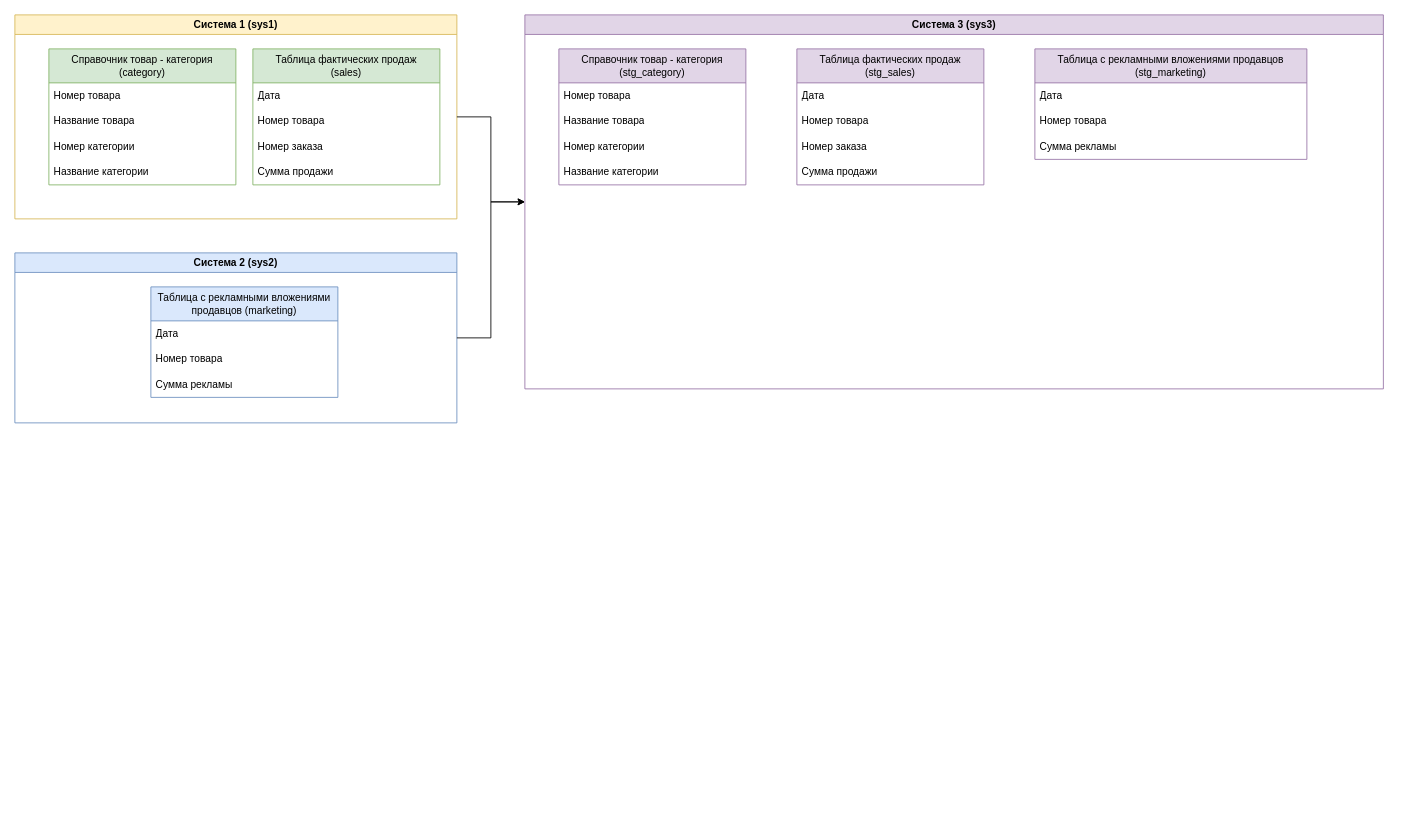
Earlier version of the draw.io diagram page "Data Layers var1" (1 of 3) of schema/ozon.drawio (Odarink/ozon_task_test). Source tidied: cells renumbered, new cells numbered last; positions are measured from the earlier drawing's top-left corner, leaving out a move shared by most shapes. Both pictures are drawn from the tidied source at 85%, with x=0, y=0 at pixel (14, 14).
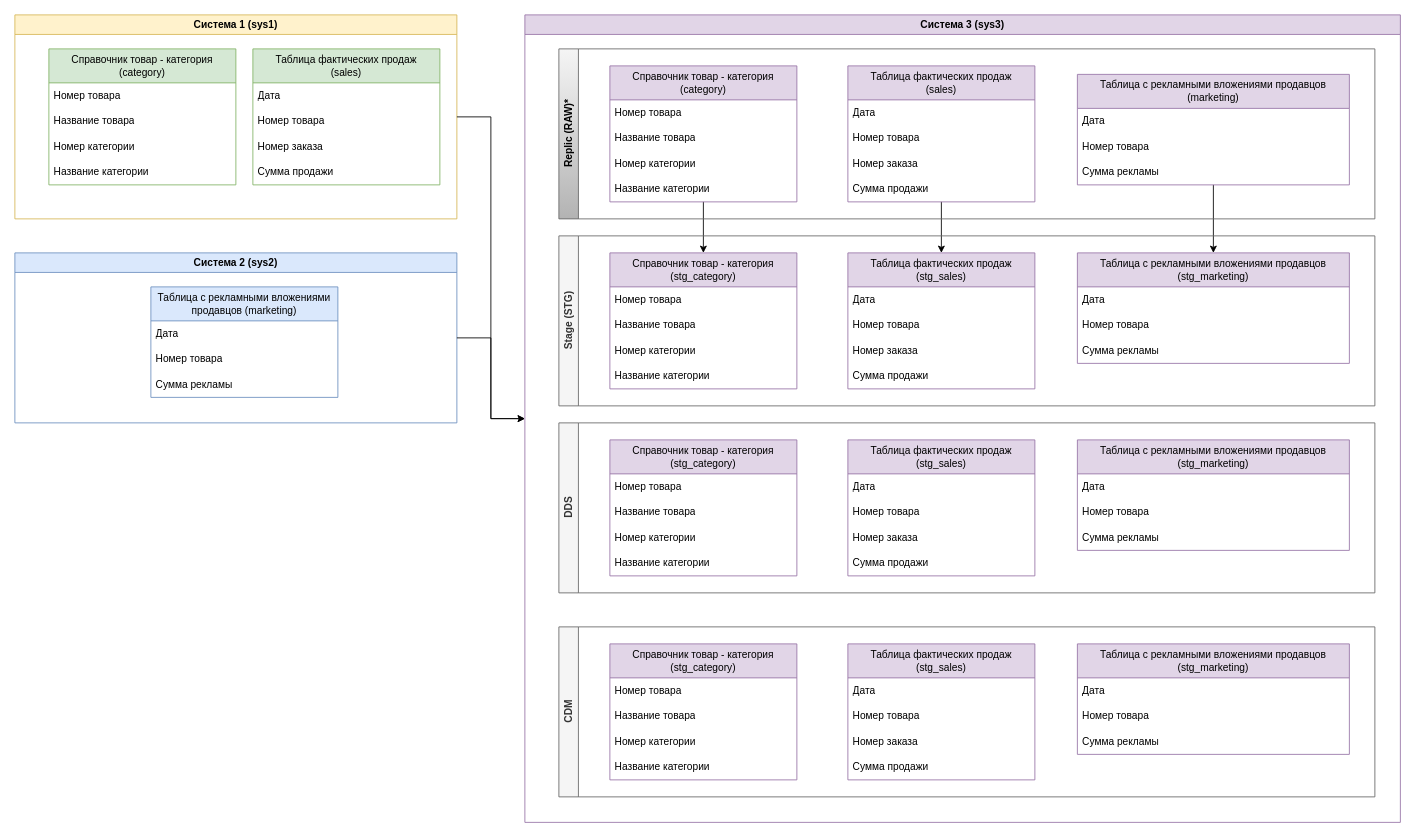
Above is the later version.

The edit, as a diff of the source:
```diff
@@
     <mxCell id="18" value="Система 3 (sys3)" style="swimlane;fillColor=#e1d5e7;strokeColor=#9673a6;" parent="1" vertex="1">
-      <mxGeometry x="600" width="1010" height="440" as="geometry" />
+      <mxGeometry x="600" width="1030" height="950" as="geometry" />
     </mxCell>
+    <mxCell id="35" style="edgeStyle=orthogonalEdgeStyle;rounded=1;jettySize=auto;html=1;curved=0;" parent="18" edge="1" source="39" target="19">
+      <mxGeometry relative="1" as="geometry" />
+    </mxCell>
+    <mxCell id="36" style="edgeStyle=orthogonalEdgeStyle;rounded=1;jettySize=auto;html=1;curved=0;" parent="18" edge="1" source="44" target="24">
+      <mxGeometry relative="1" as="geometry" />
+    </mxCell>
+    <mxCell id="37" style="edgeStyle=orthogonalEdgeStyle;rounded=1;jettySize=auto;html=1;curved=0;" parent="18" edge="1" source="49" target="29">
+      <mxGeometry relative="1" as="geometry" />
+    </mxCell>
+    <mxCell id="38" value="Replic (RAW)*" style="swimlane;horizontal=0;whiteSpace=wrap;html=1;startSize=23;fillColor=#f5f5f5;strokeColor=#666666;gradientColor=#b3b3b3;" parent="18" vertex="1">
+      <mxGeometry x="40" y="40" width="960" height="200" as="geometry" />
+    </mxCell>
+    <mxCell id="39" value="Справочник товар - категория&lt;div&gt;(category)&lt;/div&gt;" style="swimlane;fontStyle=0;horizontal=1;startSize=40;whiteSpace=wrap;html=1;fillColor=#e1d5e7;strokeColor=#9673a6;" parent="38" vertex="1">
+      <mxGeometry x="60" y="20" width="220" height="160" as="geometry" />
+    </mxCell>
+    <mxCell id="40" value="Номер товара" style="text;strokeColor=none;fillColor=none;align=left;verticalAlign=middle;spacingLeft=4;spacingRight=4;overflow=hidden;whiteSpace=wrap;html=1;" parent="39" vertex="1">
+      <mxGeometry y="40" width="220" height="30" as="geometry" />
+    </mxCell>
+    <mxCell id="41" value="Название товара" style="text;strokeColor=none;fillColor=none;align=left;verticalAlign=middle;spacingLeft=4;spacingRight=4;overflow=hidden;whiteSpace=wrap;html=1;" parent="39" vertex="1">
+      <mxGeometry y="70" width="220" height="30" as="geometry" />
+    </mxCell>
+    <mxCell id="42" value="Номер&amp;nbsp;категории" style="text;strokeColor=none;fillColor=none;align=left;verticalAlign=middle;spacingLeft=4;spacingRight=4;overflow=hidden;whiteSpace=wrap;html=1;" parent="39" vertex="1">
+      <mxGeometry y="100" width="220" height="30" as="geometry" />
+    </mxCell>
+    <mxCell id="43" value="Название&amp;nbsp;категории" style="text;strokeColor=none;fillColor=none;align=left;verticalAlign=middle;spacingLeft=4;spacingRight=4;overflow=hidden;whiteSpace=wrap;html=1;" parent="39" vertex="1">
+      <mxGeometry y="130" width="220" height="30" as="geometry" />
+    </mxCell>
+    <mxCell id="44" value="Таблица фактических продаж&lt;div&gt;(sales)&lt;/div&gt;" style="swimlane;fontStyle=0;horizontal=1;startSize=40;whiteSpace=wrap;html=1;fillColor=#e1d5e7;strokeColor=#9673a6;" parent="38" vertex="1">
+      <mxGeometry x="340" y="20" width="220" height="160" as="geometry" />
+    </mxCell>
+    <mxCell id="45" value="Дата" style="text;strokeColor=none;fillColor=none;align=left;verticalAlign=middle;spacingLeft=4;spacingRight=4;overflow=hidden;whiteSpace=wrap;html=1;" parent="44" vertex="1">
+      <mxGeometry y="40" width="220" height="30" as="geometry" />
+    </mxCell>
+    <mxCell id="46" value="Номер товара" style="text;strokeColor=none;fillColor=none;align=left;verticalAlign=middle;spacingLeft=4;spacingRight=4;overflow=hidden;whiteSpace=wrap;html=1;" parent="44" vertex="1">
+      <mxGeometry y="70" width="220" height="30" as="geometry" />
+    </mxCell>
+    <mxCell id="47" value="Номер заказа" style="text;strokeColor=none;fillColor=none;align=left;verticalAlign=middle;spacingLeft=4;spacingRight=4;overflow=hidden;whiteSpace=wrap;html=1;" parent="44" vertex="1">
+      <mxGeometry y="100" width="220" height="30" as="geometry" />
+    </mxCell>
+    <mxCell id="48" value="Сумма продажи" style="text;strokeColor=none;fillColor=none;align=left;verticalAlign=middle;spacingLeft=4;spacingRight=4;overflow=hidden;whiteSpace=wrap;html=1;" parent="44" vertex="1">
+      <mxGeometry y="130" width="220" height="30" as="geometry" />
+    </mxCell>
+    <mxCell id="49" value="Таблица с рекламными вложениями продавцов (&lt;span style=&quot;background-color: transparent; color: light-dark(rgb(0, 0, 0), rgb(255, 255, 255));&quot;&gt;marketing)&lt;/span&gt;" style="swimlane;fontStyle=0;horizontal=1;startSize=40;whiteSpace=wrap;html=1;fillColor=#e1d5e7;strokeColor=#9673a6;" parent="38" vertex="1">
+      <mxGeometry x="610" y="30" width="320" height="130" as="geometry" />
+    </mxCell>
+    <mxCell id="50" value="Дата" style="text;strokeColor=none;fillColor=none;align=left;verticalAlign=middle;spacingLeft=4;spacingRight=4;overflow=hidden;whiteSpace=wrap;html=1;" parent="49" vertex="1">
+      <mxGeometry y="40" width="320" height="30" as="geometry" />
+    </mxCell>
+    <mxCell id="51" value="Номер товара" style="text;strokeColor=none;fillColor=none;align=left;verticalAlign=middle;spacingLeft=4;spacingRight=4;overflow=hidden;whiteSpace=wrap;html=1;" parent="49" vertex="1">
+      <mxGeometry y="70" width="320" height="30" as="geometry" />
+    </mxCell>
+    <mxCell id="52" value="Сумма рекламы" style="text;strokeColor=none;fillColor=none;align=left;verticalAlign=middle;spacingLeft=4;spacingRight=4;overflow=hidden;whiteSpace=wrap;html=1;" parent="49" vertex="1">
+      <mxGeometry y="100" width="320" height="30" as="geometry" />
+    </mxCell>
+    <mxCell id="53" value="Stage (STG)" style="swimlane;horizontal=0;whiteSpace=wrap;html=1;fillColor=#f5f5f5;fontColor=#333333;strokeColor=#666666;" parent="18" vertex="1">
+      <mxGeometry x="40" y="260" width="960" height="200" as="geometry" />
+    </mxCell>
-    <mxCell id="19" value="Справочник товар - категория&lt;div&gt;(stg_category)&lt;/div&gt;" style="swimlane;fontStyle=0;horizontal=1;startSize=40;whiteSpace=wrap;html=1;fillColor=#e1d5e7;strokeColor=#9673a6;" parent="18" vertex="1">
-      <mxGeometry x="40" y="40" width="220" height="160" as="geometry" />
+    <mxCell id="19" value="Справочник товар - категория&lt;div&gt;(stg_category)&lt;/div&gt;" style="swimlane;fontStyle=0;horizontal=1;startSize=40;whiteSpace=wrap;html=1;fillColor=#e1d5e7;strokeColor=#9673a6;" parent="53" vertex="1">
+      <mxGeometry x="60" y="20" width="220" height="160" as="geometry" />
     </mxCell>
@@
-    <mxCell id="24" value="Таблица фактических продаж&lt;div&gt;(stg_sales)&lt;/div&gt;" style="swimlane;fontStyle=0;horizontal=1;startSize=40;whiteSpace=wrap;html=1;fillColor=#e1d5e7;strokeColor=#9673a6;" parent="18" vertex="1">
-      <mxGeometry x="320" y="40" width="220" height="160" as="geometry" />
+    <mxCell id="24" value="Таблица фактических продаж&lt;div&gt;(stg_sales)&lt;/div&gt;" style="swimlane;fontStyle=0;horizontal=1;startSize=40;whiteSpace=wrap;html=1;fillColor=#e1d5e7;strokeColor=#9673a6;" parent="53" vertex="1">
+      <mxGeometry x="340" y="20" width="220" height="160" as="geometry" />
     </mxCell>
@@
-    <mxCell id="29" value="Таблица с рекламными вложениями продавцов (stg_&lt;span style=&quot;background-color: transparent; color: light-dark(rgb(0, 0, 0), rgb(255, 255, 255));&quot;&gt;marketing)&lt;/span&gt;" style="swimlane;fontStyle=0;horizontal=1;startSize=40;whiteSpace=wrap;html=1;fillColor=#e1d5e7;strokeColor=#9673a6;" parent="18" vertex="1">
-      <mxGeometry x="600" y="40" width="320" height="130" as="geometry" />
+    <mxCell id="29" value="Таблица с рекламными вложениями продавцов (stg_&lt;span style=&quot;background-color: transparent; color: light-dark(rgb(0, 0, 0), rgb(255, 255, 255));&quot;&gt;marketing)&lt;/span&gt;" style="swimlane;fontStyle=0;horizontal=1;startSize=40;whiteSpace=wrap;html=1;fillColor=#e1d5e7;strokeColor=#9673a6;" parent="53" vertex="1">
+      <mxGeometry x="610" y="20" width="320" height="130" as="geometry" />
     </mxCell>
@@
+    <mxCell id="54" value="DDS" style="swimlane;horizontal=0;whiteSpace=wrap;html=1;fillColor=#f5f5f5;fontColor=#333333;strokeColor=#666666;" parent="18" vertex="1">
+      <mxGeometry x="40" y="480" width="960" height="200" as="geometry" />
+    </mxCell>
+    <mxCell id="55" value="Справочник товар - категория&lt;div&gt;(stg_category)&lt;/div&gt;" style="swimlane;fontStyle=0;horizontal=1;startSize=40;whiteSpace=wrap;html=1;fillColor=#e1d5e7;strokeColor=#9673a6;" parent="54" vertex="1">
+      <mxGeometry x="60" y="20" width="220" height="160" as="geometry" />
+    </mxCell>
+    <mxCell id="56" value="Номер товара" style="text;strokeColor=none;fillColor=none;align=left;verticalAlign=middle;spacingLeft=4;spacingRight=4;overflow=hidden;whiteSpace=wrap;html=1;" parent="55" vertex="1">
+      <mxGeometry y="40" width="220" height="30" as="geometry" />
+    </mxCell>
+    <mxCell id="57" value="Название товара" style="text;strokeColor=none;fillColor=none;align=left;verticalAlign=middle;spacingLeft=4;spacingRight=4;overflow=hidden;whiteSpace=wrap;html=1;" parent="55" vertex="1">
+      <mxGeometry y="70" width="220" height="30" as="geometry" />
+    </mxCell>
+    <mxCell id="58" value="Номер&amp;nbsp;категории" style="text;strokeColor=none;fillColor=none;align=left;verticalAlign=middle;spacingLeft=4;spacingRight=4;overflow=hidden;whiteSpace=wrap;html=1;" parent="55" vertex="1">
+      <mxGeometry y="100" width="220" height="30" as="geometry" />
+    </mxCell>
+    <mxCell id="59" value="Название&amp;nbsp;категории" style="text;strokeColor=none;fillColor=none;align=left;verticalAlign=middle;spacingLeft=4;spacingRight=4;overflow=hidden;whiteSpace=wrap;html=1;" parent="55" vertex="1">
+      <mxGeometry y="130" width="220" height="30" as="geometry" />
+    </mxCell>
+    <mxCell id="60" value="Таблица фактических продаж&lt;div&gt;(stg_sales)&lt;/div&gt;" style="swimlane;fontStyle=0;horizontal=1;startSize=40;whiteSpace=wrap;html=1;fillColor=#e1d5e7;strokeColor=#9673a6;" parent="54" vertex="1">
+      <mxGeometry x="340" y="20" width="220" height="160" as="geometry" />
+    </mxCell>
+    <mxCell id="61" value="Дата" style="text;strokeColor=none;fillColor=none;align=left;verticalAlign=middle;spacingLeft=4;spacingRight=4;overflow=hidden;whiteSpace=wrap;html=1;" parent="60" vertex="1">
+      <mxGeometry y="40" width="220" height="30" as="geometry" />
+    </mxCell>
+    <mxCell id="62" value="Номер товара" style="text;strokeColor=none;fillColor=none;align=left;verticalAlign=middle;spacingLeft=4;spacingRight=4;overflow=hidden;whiteSpace=wrap;html=1;" parent="60" vertex="1">
+      <mxGeometry y="70" width="220" height="30" as="geometry" />
+    </mxCell>
+    <mxCell id="63" value="Номер заказа" style="text;strokeColor=none;fillColor=none;align=left;verticalAlign=middle;spacingLeft=4;spacingRight=4;overflow=hidden;whiteSpace=wrap;html=1;" parent="60" vertex="1">
+      <mxGeometry y="100" width="220" height="30" as="geometry" />
+    </mxCell>
+    <mxCell id="64" value="Сумма продажи" style="text;strokeColor=none;fillColor=none;align=left;verticalAlign=middle;spacingLeft=4;spacingRight=4;overflow=hidden;whiteSpace=wrap;html=1;" parent="60" vertex="1">
+      <mxGeometry y="130" width="220" height="30" as="geometry" />
+    </mxCell>
+    <mxCell id="65" value="Таблица с рекламными вложениями продавцов (stg_&lt;span style=&quot;background-color: transparent; color: light-dark(rgb(0, 0, 0), rgb(255, 255, 255));&quot;&gt;marketing)&lt;/span&gt;" style="swimlane;fontStyle=0;horizontal=1;startSize=40;whiteSpace=wrap;html=1;fillColor=#e1d5e7;strokeColor=#9673a6;" parent="54" vertex="1">
+      <mxGeometry x="610" y="20" width="320" height="130" as="geometry" />
+    </mxCell>
+    <mxCell id="66" value="Дата" style="text;strokeColor=none;fillColor=none;align=left;verticalAlign=middle;spacingLeft=4;spacingRight=4;overflow=hidden;whiteSpace=wrap;html=1;" parent="65" vertex="1">
+      <mxGeometry y="40" width="320" height="30" as="geometry" />
+    </mxCell>
+    <mxCell id="67" value="Номер товара" style="text;strokeColor=none;fillColor=none;align=left;verticalAlign=middle;spacingLeft=4;spacingRight=4;overflow=hidden;whiteSpace=wrap;html=1;" parent="65" vertex="1">
+      <mxGeometry y="70" width="320" height="30" as="geometry" />
+    </mxCell>
+    <mxCell id="68" value="Сумма рекламы" style="text;strokeColor=none;fillColor=none;align=left;verticalAlign=middle;spacingLeft=4;spacingRight=4;overflow=hidden;whiteSpace=wrap;html=1;" parent="65" vertex="1">
+      <mxGeometry y="100" width="320" height="30" as="geometry" />
+    </mxCell>
+    <mxCell id="69" value="CDM" style="swimlane;horizontal=0;whiteSpace=wrap;html=1;fillColor=#f5f5f5;fontColor=#333333;strokeColor=#666666;" parent="18" vertex="1">
+      <mxGeometry x="40" y="720" width="960" height="200" as="geometry" />
+    </mxCell>
+    <mxCell id="70" value="Справочник товар - категория&lt;div&gt;(stg_category)&lt;/div&gt;" style="swimlane;fontStyle=0;horizontal=1;startSize=40;whiteSpace=wrap;html=1;fillColor=#e1d5e7;strokeColor=#9673a6;" parent="69" vertex="1">
+      <mxGeometry x="60" y="20" width="220" height="160" as="geometry" />
+    </mxCell>
+    <mxCell id="71" value="Номер товара" style="text;strokeColor=none;fillColor=none;align=left;verticalAlign=middle;spacingLeft=4;spacingRight=4;overflow=hidden;whiteSpace=wrap;html=1;" parent="70" vertex="1">
+      <mxGeometry y="40" width="220" height="30" as="geometry" />
+    </mxCell>
+    <mxCell id="72" value="Название товара" style="text;strokeColor=none;fillColor=none;align=left;verticalAlign=middle;spacingLeft=4;spacingRight=4;overflow=hidden;whiteSpace=wrap;html=1;" parent="70" vertex="1">
+      <mxGeometry y="70" width="220" height="30" as="geometry" />
+    </mxCell>
+    <mxCell id="73" value="Номер&amp;nbsp;категории" style="text;strokeColor=none;fillColor=none;align=left;verticalAlign=middle;spacingLeft=4;spacingRight=4;overflow=hidden;whiteSpace=wrap;html=1;" parent="70" vertex="1">
+      <mxGeometry y="100" width="220" height="30" as="geometry" />
+    </mxCell>
+    <mxCell id="74" value="Название&amp;nbsp;категории" style="text;strokeColor=none;fillColor=none;align=left;verticalAlign=middle;spacingLeft=4;spacingRight=4;overflow=hidden;whiteSpace=wrap;html=1;" parent="70" vertex="1">
+      <mxGeometry y="130" width="220" height="30" as="geometry" />
+    </mxCell>
+    <mxCell id="75" value="Таблица фактических продаж&lt;div&gt;(stg_sales)&lt;/div&gt;" style="swimlane;fontStyle=0;horizontal=1;startSize=40;whiteSpace=wrap;html=1;fillColor=#e1d5e7;strokeColor=#9673a6;" parent="69" vertex="1">
+      <mxGeometry x="340" y="20" width="220" height="160" as="geometry" />
+    </mxCell>
+    <mxCell id="76" value="Дата" style="text;strokeColor=none;fillColor=none;align=left;verticalAlign=middle;spacingLeft=4;spacingRight=4;overflow=hidden;whiteSpace=wrap;html=1;" parent="75" vertex="1">
+      <mxGeometry y="40" width="220" height="30" as="geometry" />
+    </mxCell>
+    <mxCell id="77" value="Номер товара" style="text;strokeColor=none;fillColor=none;align=left;verticalAlign=middle;spacingLeft=4;spacingRight=4;overflow=hidden;whiteSpace=wrap;html=1;" parent="75" vertex="1">
+      <mxGeometry y="70" width="220" height="30" as="geometry" />
+    </mxCell>
+    <mxCell id="78" value="Номер заказа" style="text;strokeColor=none;fillColor=none;align=left;verticalAlign=middle;spacingLeft=4;spacingRight=4;overflow=hidden;whiteSpace=wrap;html=1;" parent="75" vertex="1">
+      <mxGeometry y="100" width="220" height="30" as="geometry" />
+    </mxCell>
+    <mxCell id="79" value="Сумма продажи" style="text;strokeColor=none;fillColor=none;align=left;verticalAlign=middle;spacingLeft=4;spacingRight=4;overflow=hidden;whiteSpace=wrap;html=1;" parent="75" vertex="1">
+      <mxGeometry y="130" width="220" height="30" as="geometry" />
+    </mxCell>
+    <mxCell id="80" value="Таблица с рекламными вложениями продавцов (stg_&lt;span style=&quot;background-color: transparent; color: light-dark(rgb(0, 0, 0), rgb(255, 255, 255));&quot;&gt;marketing)&lt;/span&gt;" style="swimlane;fontStyle=0;horizontal=1;startSize=40;whiteSpace=wrap;html=1;fillColor=#e1d5e7;strokeColor=#9673a6;" parent="69" vertex="1">
+      <mxGeometry x="610" y="20" width="320" height="130" as="geometry" />
+    </mxCell>
+    <mxCell id="81" value="Дата" style="text;strokeColor=none;fillColor=none;align=left;verticalAlign=middle;spacingLeft=4;spacingRight=4;overflow=hidden;whiteSpace=wrap;html=1;" parent="80" vertex="1">
+      <mxGeometry y="40" width="320" height="30" as="geometry" />
+    </mxCell>
+    <mxCell id="82" value="Номер товара" style="text;strokeColor=none;fillColor=none;align=left;verticalAlign=middle;spacingLeft=4;spacingRight=4;overflow=hidden;whiteSpace=wrap;html=1;" parent="80" vertex="1">
+      <mxGeometry y="70" width="320" height="30" as="geometry" />
+    </mxCell>
+    <mxCell id="83" value="Сумма рекламы" style="text;strokeColor=none;fillColor=none;align=left;verticalAlign=middle;spacingLeft=4;spacingRight=4;overflow=hidden;whiteSpace=wrap;html=1;" parent="80" vertex="1">
+      <mxGeometry y="100" width="320" height="30" as="geometry" />
+    </mxCell>
```
